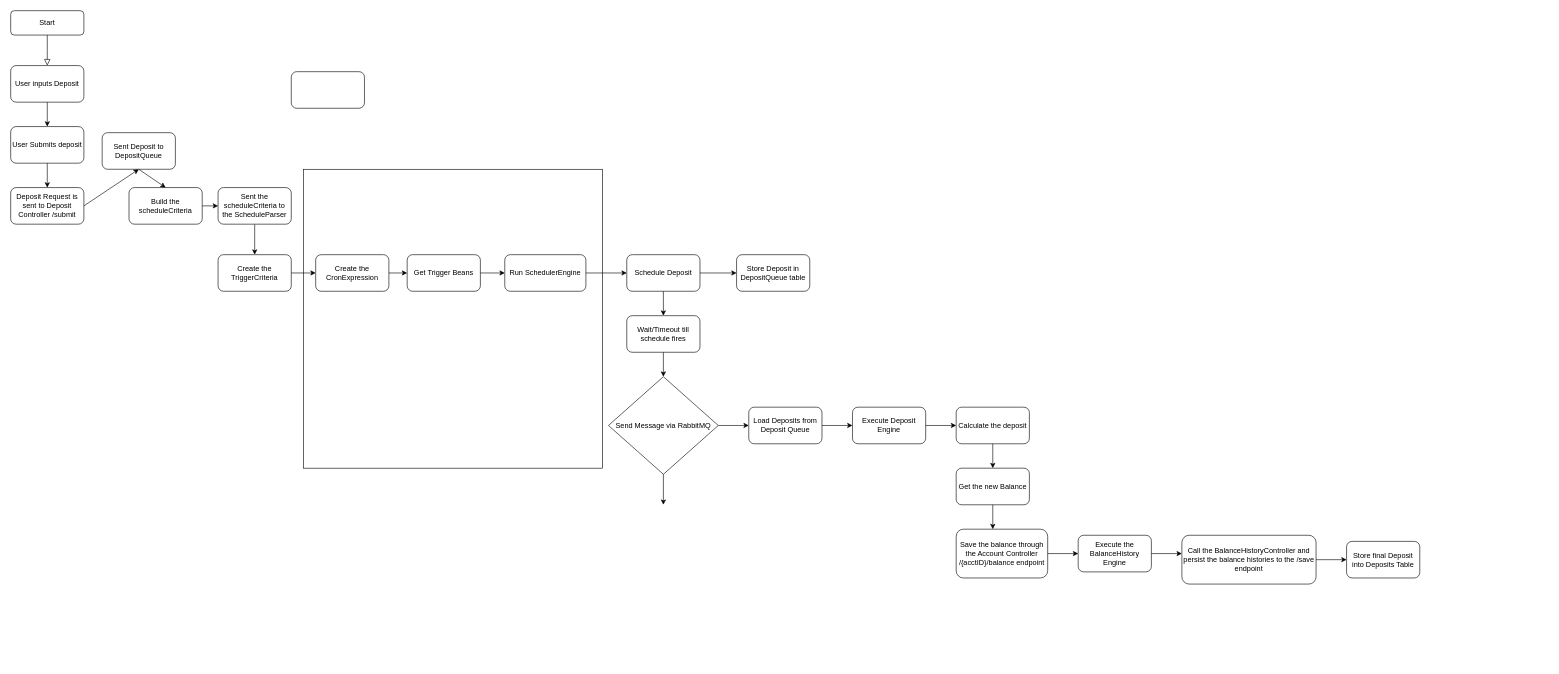
The draw.io diagram AeroBankApp/DepositProcess.drawio in AKing982/AeroBankApp, before the edit. Source tidied: cells renumbered, new cells numbered last; positions are measured from the earlier drawing's top-left corner, leaving out a move shared by most shapes. Both pictures are drawn from the tidied source at 61%, with x=0, y=0 at pixel (10, 10).
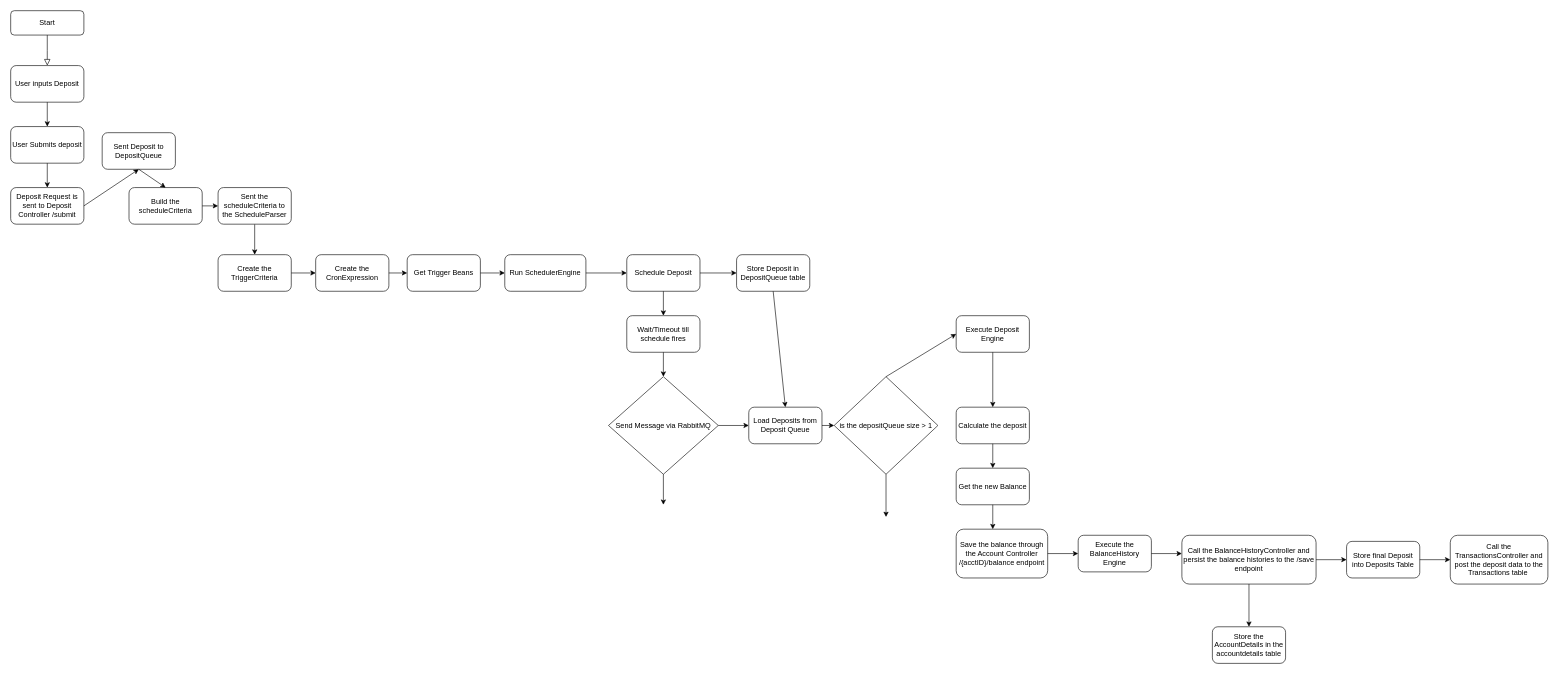
After the change.

Unchanged cells that the change refers to:
```xml
<mxCell id="31" value="Calculate the deposit" style="rounded=1;whiteSpace=wrap;html=1;" parent="1" vertex="1">
  <mxGeometry x="1550" y="650" width="120" height="60" as="geometry" />
</mxCell>
<mxCell id="32" value="Load Deposits from Deposit Queue" style="rounded=1;whiteSpace=wrap;html=1;" parent="1" vertex="1">
  <mxGeometry x="1210" y="650" width="120" height="60" as="geometry" />
</mxCell>
<mxCell id="44" value="Call the BalanceHistoryController and persist the balance histories to the /save endpoint" style="rounded=1;whiteSpace=wrap;html=1;" parent="1" vertex="1">
  <mxGeometry x="1920" y="860" width="220" height="80" as="geometry" />
</mxCell>
<mxCell id="46" value="Store final Deposit into Deposits Table" style="rounded=1;whiteSpace=wrap;html=1;" parent="1" vertex="1">
  <mxGeometry x="2190" y="870" width="120" height="60" as="geometry" />
</mxCell>
<mxCell id="49" value="Store Deposit in DepositQueue table" style="rounded=1;whiteSpace=wrap;html=1;" parent="1" vertex="1">
  <mxGeometry x="1190" y="400" width="120" height="60" as="geometry" />
</mxCell>
```

The edit, as a diff of the source:
```diff
@@
-    <mxCell id="2" style="whiteSpace=wrap;html=1;" parent="1" vertex="1">
-      <mxGeometry x="480" y="260" width="490" height="490" as="geometry" />
-    </mxCell>
@@
-    <mxCell id="19" style="rounded=1;whiteSpace=wrap;html=1;" parent="1" vertex="1">
-      <mxGeometry x="460" y="100" width="120" height="60" as="geometry" />
+    <mxCell id="19" value="Call the TransactionsController and post the deposit data to the Transactions table&amp;nbsp;" style="rounded=1;whiteSpace=wrap;html=1;" parent="1" vertex="1">
+      <mxGeometry x="2360" y="860" width="160" height="80" as="geometry" />
     </mxCell>
@@
-    <mxCell id="34" style="endArrow=classic;html=1;rounded=0;exitX=1;exitY=0.5;exitDx=0;exitDy=0;" parent="1" edge="1" source="32">
-      <mxGeometry relative="1" as="geometry">
-        <mxPoint x="1380" y="680" as="targetPoint" />
-      </mxGeometry>
-    </mxCell>
     <mxCell id="35" value="Execute Deposit Engine" style="rounded=1;whiteSpace=wrap;html=1;" parent="1" vertex="1">
-      <mxGeometry x="1380" y="650" width="120" height="60" as="geometry" />
+      <mxGeometry x="1550" y="500" width="120" height="60" as="geometry" />
     </mxCell>
-    <mxCell id="36" style="endArrow=classic;html=1;rounded=0;entryX=0;entryY=0.5;entryDx=0;entryDy=0;exitX=1;exitY=0.5;exitDx=0;exitDy=0;" parent="1" edge="1" source="35" target="31">
-      <mxGeometry relative="1" as="geometry" />
-    </mxCell>
@@
+    <mxCell id="50" style="endArrow=classic;html=1;rounded=0;exitX=0.5;exitY=1;exitDx=0;exitDy=0;entryX=0.5;entryY=0;entryDx=0;entryDy=0;" parent="1" edge="1" source="49" target="32">
+      <mxGeometry relative="1" as="geometry" />
+    </mxCell>
+    <mxCell id="51" style="endArrow=classic;html=1;rounded=0;exitX=1;exitY=0.5;exitDx=0;exitDy=0;" parent="1" edge="1" source="46">
+      <mxGeometry relative="1" as="geometry">
+        <mxPoint x="2360" y="900" as="targetPoint" />
+      </mxGeometry>
+    </mxCell>
+    <mxCell id="52" value="is the depositQueue size &amp;gt; 1" style="rhombus;whiteSpace=wrap;html=1;" parent="1" vertex="1">
+      <mxGeometry x="1350" y="600" width="170" height="160" as="geometry" />
+    </mxCell>
+    <mxCell id="53" style="endArrow=classic;html=1;rounded=0;exitX=0.5;exitY=1;exitDx=0;exitDy=0;" parent="1" edge="1" source="44">
+      <mxGeometry relative="1" as="geometry">
+        <mxPoint x="2030" y="1010" as="targetPoint" />
+      </mxGeometry>
+    </mxCell>
+    <mxCell id="54" value="Store the AccountDetails in the accountdetails table" style="rounded=1;whiteSpace=wrap;html=1;" parent="1" vertex="1">
+      <mxGeometry x="1970" y="1010" width="120" height="60" as="geometry" />
+    </mxCell>
+    <mxCell id="55" style="endArrow=classic;html=1;rounded=0;exitX=1;exitY=0.5;exitDx=0;exitDy=0;entryX=0;entryY=0.5;entryDx=0;entryDy=0;" parent="1" edge="1" source="32" target="52">
+      <mxGeometry relative="1" as="geometry" />
+    </mxCell>
+    <mxCell id="56" style="endArrow=classic;html=1;rounded=0;exitX=0.5;exitY=0;exitDx=0;exitDy=0;entryX=0;entryY=0.5;entryDx=0;entryDy=0;" parent="1" edge="1" source="52" target="35">
+      <mxGeometry relative="1" as="geometry" />
+    </mxCell>
+    <mxCell id="36" style="endArrow=classic;html=1;rounded=0;exitX=0.5;exitY=1;exitDx=0;exitDy=0;entryX=0.5;entryY=0;entryDx=0;entryDy=0;" parent="1" edge="1" source="35" target="31">
+      <mxGeometry relative="1" as="geometry" />
+    </mxCell>
+    <mxCell id="57" style="endArrow=classic;html=1;rounded=0;exitX=0.5;exitY=1;exitDx=0;exitDy=0;" parent="1" edge="1" source="52">
+      <mxGeometry relative="1" as="geometry">
+        <mxPoint x="1435" y="830" as="targetPoint" />
+      </mxGeometry>
+    </mxCell>
```
